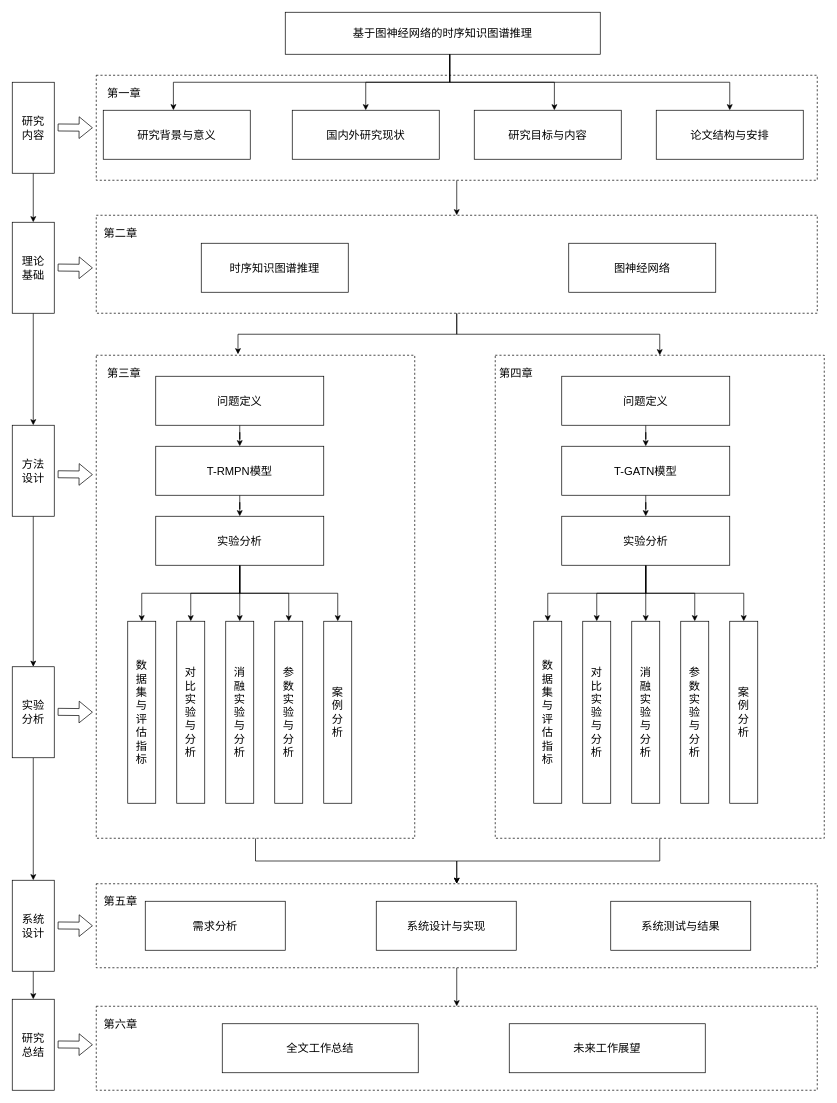
This is 论文结构框架图.drawio from LNqwn/BISHE-GRAPH, a draw.io file, before an edit. Source tidied: cells renumbered, new cells numbered last; positions are measured from the earlier drawing's top-left corner, leaving out a move shared by most shapes. Both pictures are drawn from the tidied source at 70%, with x=0, y=0 at pixel (12, 12).
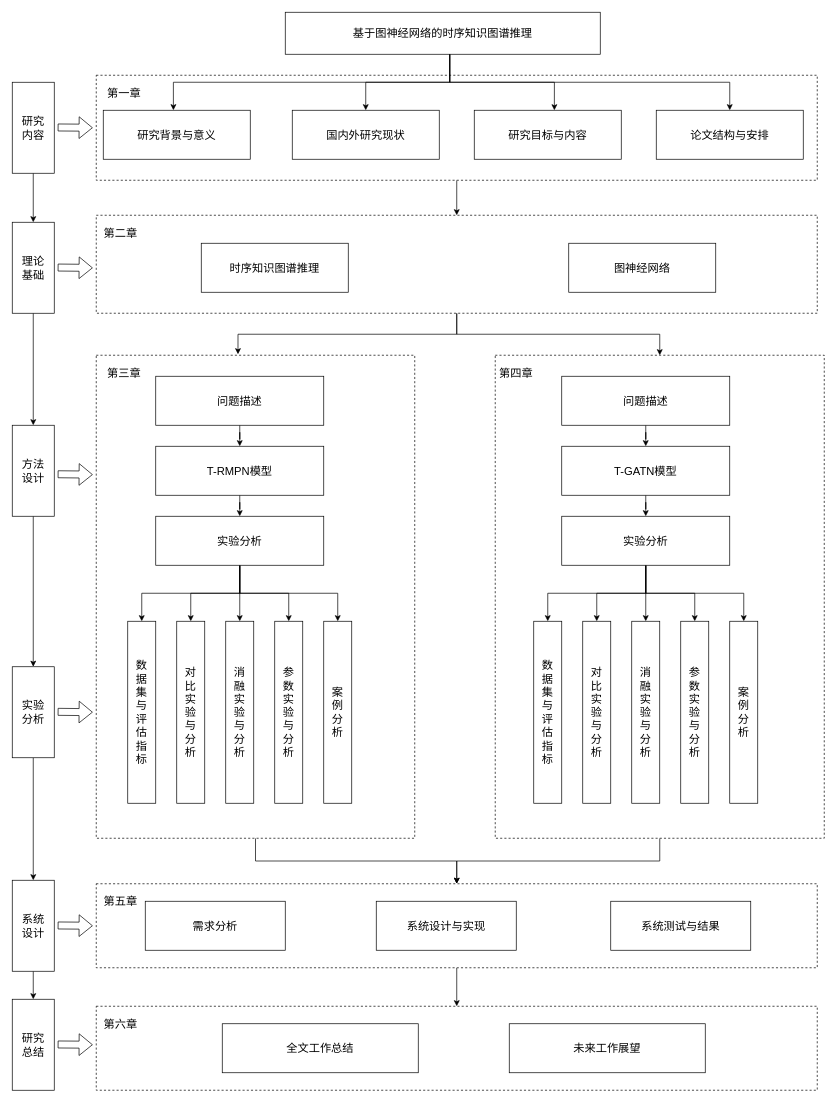
The same diagram, later.

Commit message:
更新论文结构框架图.drawio

The edit, as a diff of the source:
```diff
@@
-    <mxCell id="32" value="&lt;span&gt;问题定义&lt;/span&gt;" style="rounded=0;whiteSpace=wrap;html=1;fontSize=16;fontFamily=宋体;" parent="1" vertex="1">
+    <mxCell id="32" value="&lt;span&gt;问题描述&lt;/span&gt;" style="rounded=0;whiteSpace=wrap;html=1;fontSize=16;fontFamily=宋体;" parent="1" vertex="1">
       <mxGeometry x="205" y="520" width="240" height="70" as="geometry" />
     </mxCell>
@@
-    <mxCell id="42" value="&lt;span&gt;问题定义&lt;/span&gt;" style="rounded=0;whiteSpace=wrap;html=1;fontSize=16;fontFamily=宋体;" parent="1" vertex="1">
+    <mxCell id="42" value="&lt;span&gt;问题描述&lt;/span&gt;" style="rounded=0;whiteSpace=wrap;html=1;fontSize=16;fontFamily=宋体;" parent="1" vertex="1">
       <mxGeometry x="785" y="520" width="240" height="70" as="geometry" />
     </mxCell>
```
